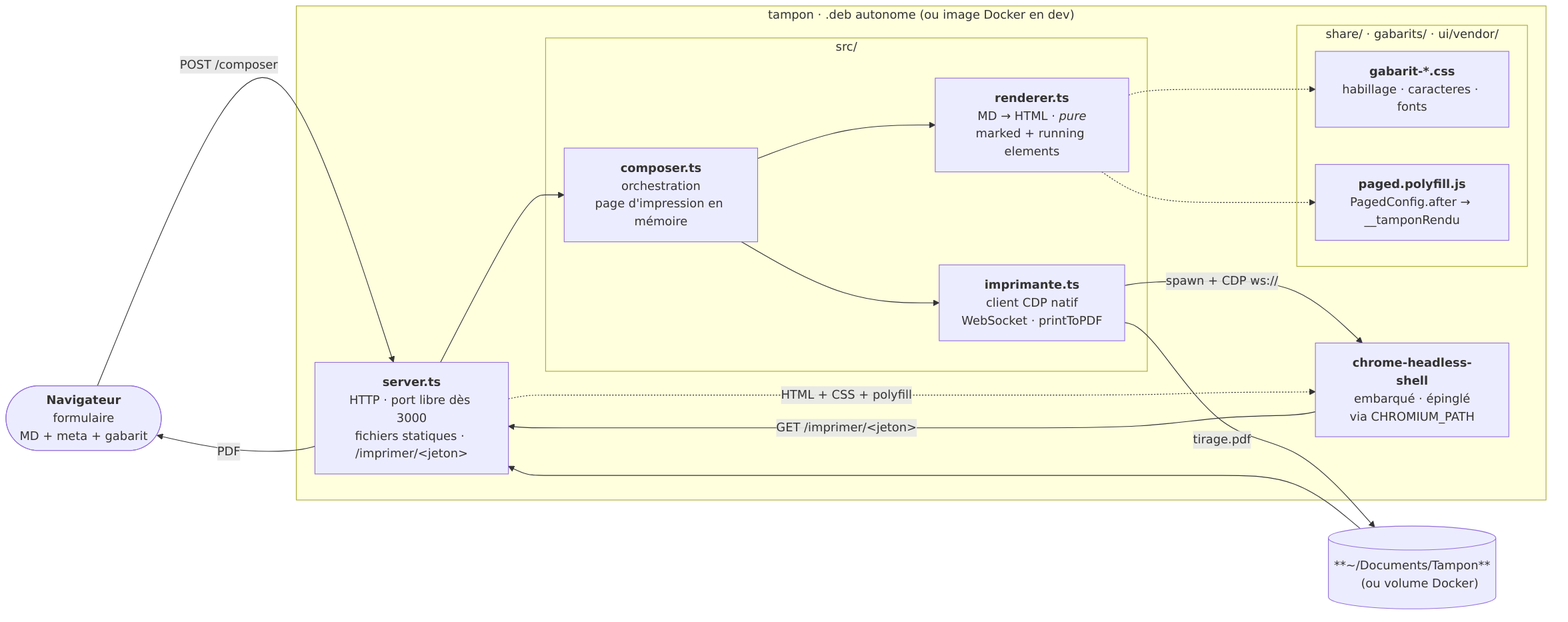
Earlier version of the Mermaid export docs/rendus/architecture.png (sans-titre/tampon). Its source is kept beside it as docs/diagrammes/architecture.mmd.
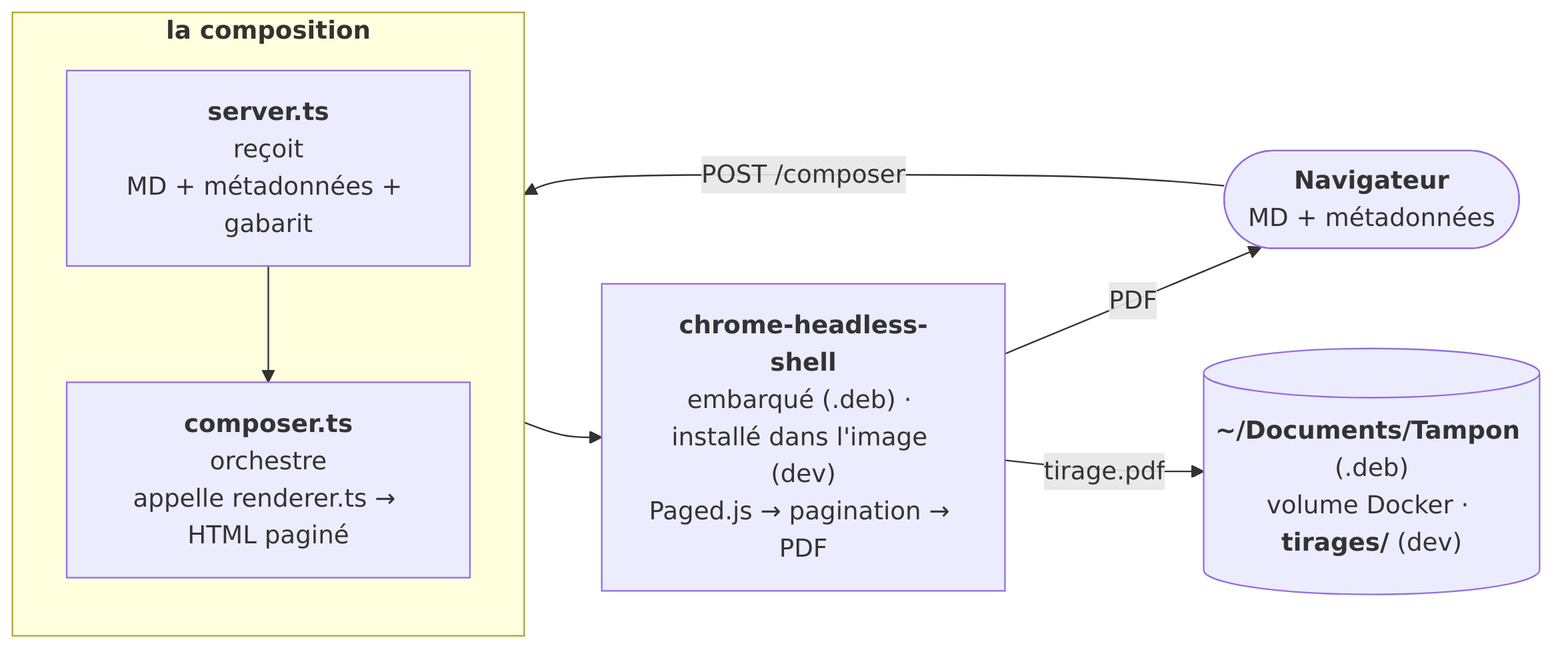
Above is the later version.

Commit message:
docs : simplifie le diagramme d'architecture (#8)

Diff of the diagram source:
```diff
@@ -1,52 +1,26 @@
 flowchart LR
     USER(["`**Navigateur**
-    formulaire
-    MD + meta + gabarit`"])
+    MD + métadonnées`"])
 
-    subgraph BUNDLE["tampon · .deb autonome (ou image Docker en dev)"]
-
+    subgraph COMPO["`**la composition**`"]
+        direction TB
         SRV["`**server.ts**
-        HTTP · port libre dès 3000
-        fichiers statiques · /imprimer/&lt;jeton&gt;`"]
-
-        subgraph SRC["src/"]
-            direction TB
-            R["`**renderer.ts**
-            MD → HTML · *pure*
-            marked + running elements`"]
-            C["`**composer.ts**
-            orchestration
-            page d'impression en mémoire`"]
-            I["`**imprimante.ts**
-            client CDP natif
-            WebSocket · printToPDF`"]
-            C --> R
-            C --> I
-        end
-
-        CHROM["`**chrome-headless-shell**
-        embarqué · épinglé
-        via CHROMIUM_PATH`"]
-
-        subgraph ASSETS["share/ · gabarits/ · ui/vendor/"]
-            CSS["`**gabarit-*.css**
-            habillage · caracteres · fonts`"]
-            POLYFILL["`**paged.polyfill.js**
-            PagedConfig.after → __tamponRendu`"]
-        end
-
+        reçoit
+        MD + métadonnées + gabarit`"]
+        COMPOSER["`**composer.ts**
+        orchestre
+        appelle renderer.ts → HTML paginé`"]
+        SRV --> COMPOSER
     end
 
-    TIRAGES[("**~/Documents/Tampon**
-    (ou volume Docker)")]
+    CHROM["`**chrome-headless-shell**
+    embarqué (.deb) · installé dans l'image (dev)
+    Paged.js → pagination → PDF`"]
 
-    USER    -->|"POST /composer"| SRV
-    SRV     --> C
-    I       -->|"spawn + CDP ws://"| CHROM
-    CHROM   -->|"GET /imprimer/&lt;jeton&gt;"| SRV
-    SRV     -.->|"HTML + CSS + polyfill"| CHROM
-    I       -->|"tirage.pdf"| TIRAGES
-    TIRAGES --> SRV
-    SRV     -->|"PDF"| USER
+    DEST[("`**~/Documents/Tampon** (.deb)
+    volume Docker · **tirages/** (dev)`")]
 
-    R -.-> CSS & POLYFILL
+    USER -->|"POST /composer"| SRV
+    COMPOSER --> CHROM
+    CHROM -->|"PDF"| USER
+    CHROM -->|"tirage.pdf"| DEST
```
